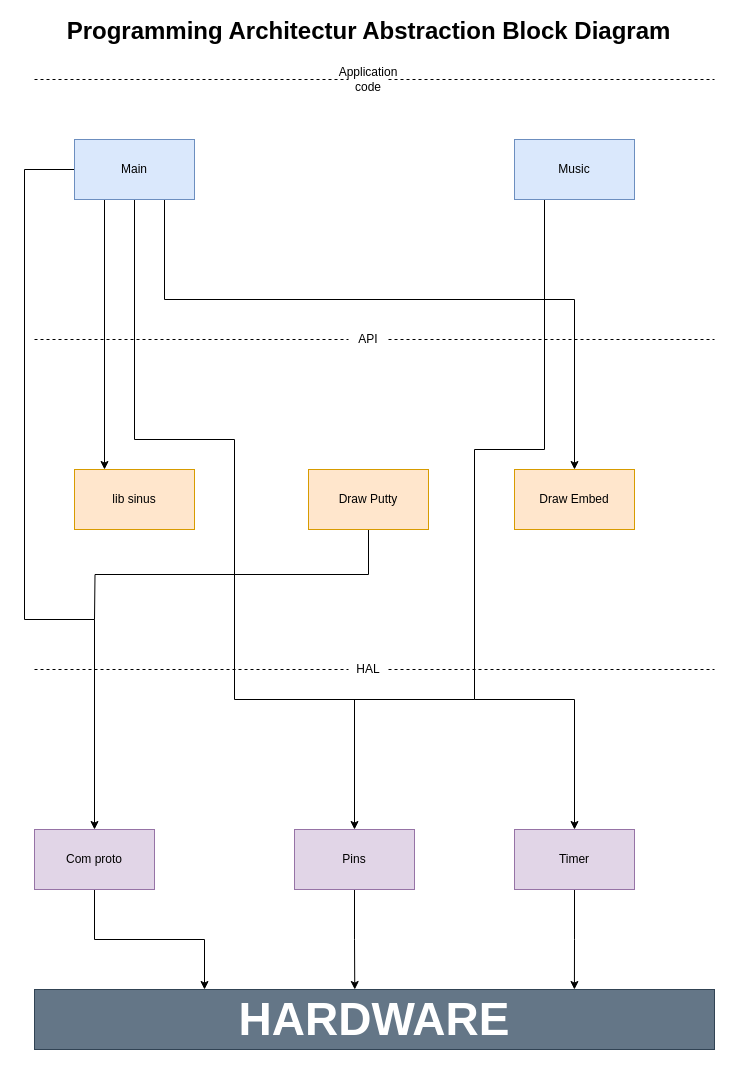
Before: Blok-diagram.drawio in xzores/progProject-jun, a draw.io diagram. Source tidied: cells renumbered, new cells numbered last; positions are measured from the earlier drawing's top-left corner, leaving out a move shared by most shapes. Both pictures are drawn from the tidied source at 100%, with x=0, y=0 at pixel (24, 21).
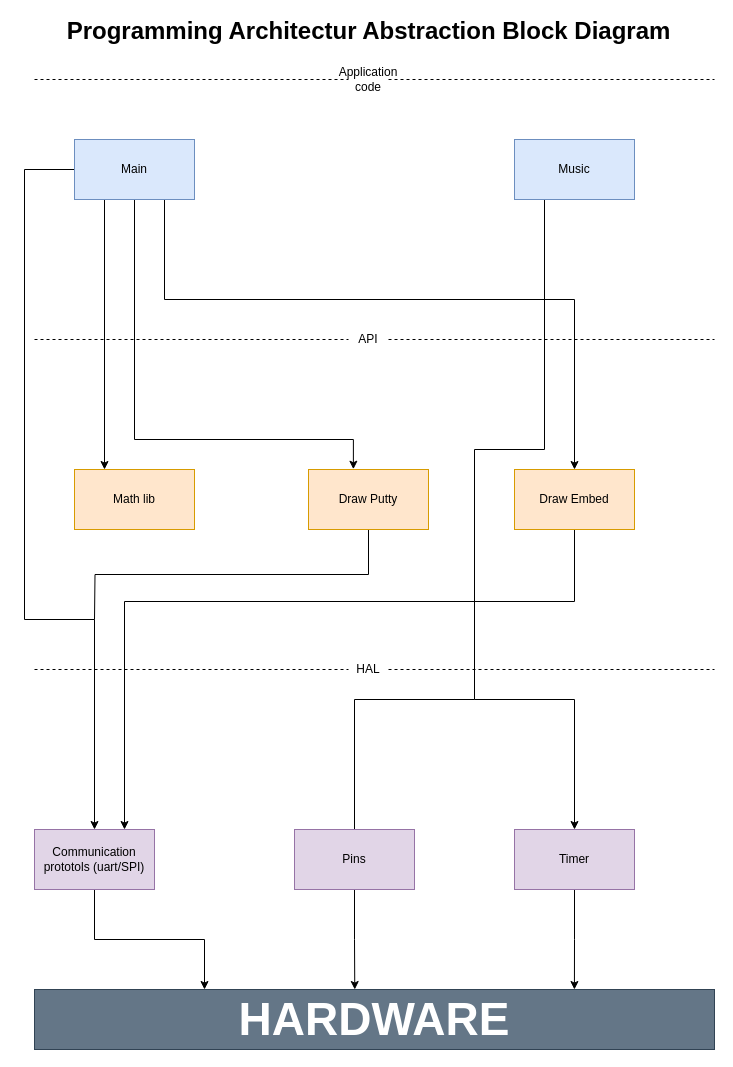
Above is the later version.

Commit message (it also covers changes not shown here):
Fredagens arbejde

Mapping fungerer ikke helt

The change refers to these unchanged cells:
```xml
<mxCell id="15" value="Main" style="rounded=0;whiteSpace=wrap;html=1;fillColor=#dae8fc;strokeColor=#6c8ebf;" parent="1" vertex="1">
  <mxGeometry x="50" y="118" width="120" height="60" as="geometry" />
</mxCell>
<mxCell id="17" value="Music" style="rounded=0;whiteSpace=wrap;html=1;fillColor=#dae8fc;strokeColor=#6c8ebf;" parent="1" vertex="1">
  <mxGeometry x="490" y="118" width="120" height="60" as="geometry" />
</mxCell>
<mxCell id="20" value="Draw Putty" style="rounded=0;whiteSpace=wrap;html=1;fillColor=#ffe6cc;strokeColor=#d79b00;" parent="1" vertex="1">
  <mxGeometry x="284" y="448" width="120" height="60" as="geometry" />
</mxCell>
<mxCell id="21" value="Draw Embed" style="rounded=0;whiteSpace=wrap;html=1;fillColor=#ffe6cc;strokeColor=#d79b00;" parent="1" vertex="1">
  <mxGeometry x="490" y="448" width="120" height="60" as="geometry" />
</mxCell>
<mxCell id="25" value="Pins" style="rounded=0;whiteSpace=wrap;html=1;fillColor=#e1d5e7;strokeColor=#9673a6;" parent="1" vertex="1">
  <mxGeometry x="270" y="808" width="120" height="60" as="geometry" />
</mxCell>
```

What changed in the source:
```diff
@@
-    <mxCell id="12" style="edgeStyle=orthogonalEdgeStyle;rounded=0;jettySize=auto;html=1;exitX=0.5;exitY=1;exitDx=0;exitDy=0;strokeColor=#000000;entryX=0.5;entryY=0;entryDx=0;entryDy=0;" parent="1" edge="1" source="15" target="25">
+    <mxCell id="12" style="edgeStyle=orthogonalEdgeStyle;rounded=0;jettySize=auto;html=1;exitX=0.5;exitY=1;exitDx=0;exitDy=0;strokeColor=#000000;entryX=0.374;entryY=-0.005;entryDx=0;entryDy=0;entryPerimeter=0;" parent="1" edge="1" source="15" target="20">
       <mxGeometry relative="1" as="geometry">
         <Array as="points">
           <mxPoint x="110" y="418" />
-          <mxPoint x="210" y="418" />
-          <mxPoint x="210" y="678" />
-          <mxPoint x="330" y="678" />
+          <mxPoint x="329" y="418" />
         </Array>
       </mxGeometry>
     </mxCell>
@@
-    <mxCell id="16" style="edgeStyle=orthogonalEdgeStyle;rounded=0;jettySize=auto;html=1;exitX=0.25;exitY=1;exitDx=0;exitDy=0;endArrow=none;endFill=0;strokeColor=#000000;" parent="1" edge="1" source="17">
+    <mxCell id="16" style="edgeStyle=orthogonalEdgeStyle;rounded=0;jettySize=auto;html=1;exitX=0.25;exitY=1;exitDx=0;exitDy=0;endArrow=none;endFill=0;strokeColor=#000000;entryX=0.5;entryY=0;entryDx=0;entryDy=0;" parent="1" edge="1" source="17" target="25">
       <mxGeometry relative="1" as="geometry">
-        <mxPoint x="290" y="678" as="targetPoint" />
         <Array as="points">
           <mxPoint x="520" y="428" />
           <mxPoint x="450" y="428" />
           <mxPoint x="450" y="678" />
+          <mxPoint x="330" y="678" />
         </Array>
       </mxGeometry>
     </mxCell>
@@
-    <mxCell id="18" value="lib sinus" style="rounded=0;whiteSpace=wrap;html=1;fillColor=#ffe6cc;strokeColor=#d79b00;" parent="1" vertex="1">
+    <mxCell id="18" value="Math lib&lt;br&gt;" style="rounded=0;whiteSpace=wrap;html=1;fillColor=#ffe6cc;strokeColor=#d79b00;" parent="1" vertex="1">
       <mxGeometry x="50" y="448" width="120" height="60" as="geometry" />
     </mxCell>
@@
+    <mxCell id="32" style="edgeStyle=orthogonalEdgeStyle;rounded=0;jettySize=auto;html=1;exitX=0.5;exitY=1;exitDx=0;exitDy=0;entryX=0.75;entryY=0;entryDx=0;entryDy=0;" parent="1" edge="1" source="21" target="23">
+      <mxGeometry relative="1" as="geometry">
+        <Array as="points">
+          <mxPoint x="550" y="580" />
+          <mxPoint x="100" y="580" />
+        </Array>
+      </mxGeometry>
+    </mxCell>
@@
-    <mxCell id="23" value="Com proto" style="rounded=0;whiteSpace=wrap;html=1;fillColor=#e1d5e7;strokeColor=#9673a6;" parent="1" vertex="1">
+    <mxCell id="23" value="Communication prototols (uart/SPI)" style="rounded=0;whiteSpace=wrap;html=1;fillColor=#e1d5e7;strokeColor=#9673a6;" parent="1" vertex="1">
       <mxGeometry x="10" y="808" width="120" height="60" as="geometry" />
     </mxCell>
```
